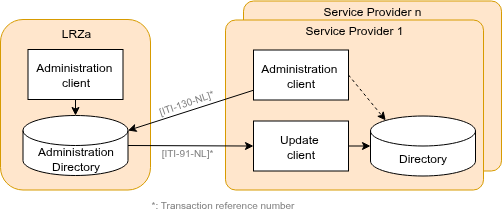
minvws/generiekefuncties-docs keeps this draw.io diagram as input/images/careservices-overview-transactions.png. Above is the earlier version. Source tidied: cells renumbered, new cells last; positions are measured from the earlier drawing's top-left corner, leaving out a move shared by most shapes. Its diagram source:
```xml
<mxGraphModel>
  <root>
    <mxCell id="0" />
    <mxCell id="1" parent="0" />
    <mxCell id="2" value="Service Provider n" style="rounded=1;whiteSpace=wrap;html=1;verticalAlign=top;align=center;fillColor=#ffe6cc;strokeColor=#d79b00;horizontal=1;arcSize=6;spacingTop=-4;" parent="1" vertex="1">
      <mxGeometry x="243" y="-0.5" width="258" height="170" as="geometry" />
    </mxCell>
    <mxCell id="3" value="Service Provider 1" style="rounded=1;whiteSpace=wrap;html=1;verticalAlign=top;align=center;fillColor=#ffe6cc;strokeColor=#d79b00;horizontal=1;arcSize=6;spacingTop=-4;" parent="1" vertex="1">
      <mxGeometry x="225" y="18.5" width="258" height="170" as="geometry" />
    </mxCell>
    <mxCell id="4" value="LRZa" style="rounded=1;whiteSpace=wrap;html=1;verticalAlign=top;align=center;fillColor=#ffe6cc;strokeColor=#d79b00;spacingLeft=9;horizontal=1;spacingRight=7;" parent="1" vertex="1">
      <mxGeometry y="18" width="150" height="170.5" as="geometry" />
    </mxCell>
    <mxCell id="5" value="Administration&lt;div&gt;Directory&lt;/div&gt;" style="shape=cylinder3;whiteSpace=wrap;html=1;boundedLbl=1;backgroundOutline=1;size=15;" parent="1" vertex="1">
      <mxGeometry x="22.5" y="114" width="105" height="60" as="geometry" />
    </mxCell>
    <mxCell id="6" value="&lt;div&gt;Directory&lt;/div&gt;" style="shape=cylinder3;whiteSpace=wrap;html=1;boundedLbl=1;backgroundOutline=1;size=15;" parent="1" vertex="1">
      <mxGeometry x="370" y="114.5" width="105" height="60" as="geometry" />
    </mxCell>
    <mxCell id="7" style="edgeStyle=orthogonalEdgeStyle;rounded=0;jettySize=auto;html=1;jumpStyle=arc;exitX=1;exitY=0.5;exitDx=0;exitDy=0;entryX=0;entryY=0.5;entryDx=0;entryDy=0;entryPerimeter=0;" parent="1" edge="1" source="8" target="6">
      <mxGeometry relative="1" as="geometry" />
    </mxCell>
    <mxCell id="8" value="Update&amp;nbsp;&lt;div&gt;client&lt;/div&gt;" style="rounded=0;whiteSpace=wrap;html=1;" parent="1" vertex="1">
      <mxGeometry x="253" y="119.5" width="95" height="50" as="geometry" />
    </mxCell>
    <mxCell id="9" style="edgeStyle=orthogonalEdgeStyle;rounded=0;jettySize=auto;html=1;exitX=0;exitY=0.5;exitDx=0;exitDy=0;jumpStyle=arc;startArrow=classic;startFill=1;endArrow=none;endFill=0;entryX=1;entryY=0.5;entryDx=0;entryDy=0;entryPerimeter=0;" parent="1" edge="1" source="8" target="5">
      <mxGeometry relative="1" as="geometry">
        <Array as="points">
          <mxPoint x="145" y="144" />
          <mxPoint x="145" y="144" />
        </Array>
      </mxGeometry>
    </mxCell>
    <mxCell id="10" value="*: Transaction reference number" style="text;html=1;align=center;verticalAlign=middle;whiteSpace=wrap;rounded=0;fontSize=10;fontColor=#808080;" parent="1" vertex="1">
      <mxGeometry x="150" y="198" width="145" height="10" as="geometry" />
    </mxCell>
    <mxCell id="11" value="[ITI-91-NL]*" style="text;html=1;align=center;verticalAlign=middle;whiteSpace=wrap;rounded=0;fontSize=10;fontColor=#808080;" parent="1" vertex="1">
      <mxGeometry x="156" y="146" width="62.5" height="10" as="geometry" />
    </mxCell>
    <mxCell id="12" value="Administration&amp;nbsp;&lt;div&gt;client&lt;/div&gt;" style="rounded=0;whiteSpace=wrap;html=1;" parent="1" vertex="1">
      <mxGeometry x="253" y="48.5" width="95" height="50" as="geometry" />
    </mxCell>
    <mxCell id="13" value="Administration&amp;nbsp;&lt;div&gt;client&lt;/div&gt;" style="rounded=0;whiteSpace=wrap;html=1;" parent="1" vertex="1">
      <mxGeometry x="27.5" y="48" width="95" height="50" as="geometry" />
    </mxCell>
    <mxCell id="14" style="rounded=0;jettySize=auto;html=1;entryX=1;entryY=0;entryDx=0;entryDy=15;entryPerimeter=0;" parent="1" edge="1" source="12" target="5">
      <mxGeometry relative="1" as="geometry" />
    </mxCell>
    <mxCell id="15" value="[ITI-130-NL]*" style="text;html=1;align=center;verticalAlign=middle;whiteSpace=wrap;rounded=0;fontSize=10;fontColor=#808080;rotation=-19;" parent="1" vertex="1">
      <mxGeometry x="155" y="96" width="62.5" height="10" as="geometry" />
    </mxCell>
    <mxCell id="16" style="edgeStyle=none;rounded=0;jettySize=auto;html=1;exitX=0.5;exitY=1;exitDx=0;exitDy=0;entryX=0.5;entryY=0;entryDx=0;entryDy=0;entryPerimeter=0;" parent="1" edge="1" source="13" target="5">
      <mxGeometry relative="1" as="geometry" />
    </mxCell>
    <mxCell id="17" style="edgeStyle=none;rounded=0;jettySize=auto;html=1;exitX=1;exitY=0.5;exitDx=0;exitDy=0;entryX=0.145;entryY=0;entryDx=0;entryDy=4.35;entryPerimeter=0;dashed=1;" parent="1" edge="1" source="12" target="6">
      <mxGeometry relative="1" as="geometry" />
    </mxCell>
  </root>
</mxGraphModel>
```
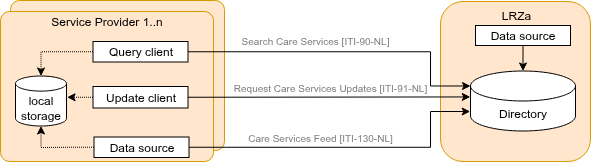
The same diagram one commit later.

Diff of the diagram source:
```diff
@@ -2,58 +2,78 @@
   <root>
     <mxCell id="0" />
     <mxCell id="1" parent="0" />
-    <mxCell id="2" value="Service Provider n" style="rounded=1;whiteSpace=wrap;html=1;verticalAlign=top;align=center;fillColor=#ffe6cc;strokeColor=#d79b00;horizontal=1;arcSize=6;spacingTop=-4;" parent="1" vertex="1">
-      <mxGeometry x="243" y="-0.5" width="258" height="170" as="geometry" />
-    </mxCell>
+    <mxCell id="18" style="rounded=1;whiteSpace=wrap;html=1;verticalAlign=top;align=center;fillColor=#ffe6cc;strokeColor=#d79b00;horizontal=1;arcSize=6;spacingTop=-4;" parent="1" vertex="1">
+      <mxGeometry x="25" y="187" width="214" height="150" as="geometry" />
+    </mxCell>
-    <mxCell id="3" value="Service Provider 1" style="rounded=1;whiteSpace=wrap;html=1;verticalAlign=top;align=center;fillColor=#ffe6cc;strokeColor=#d79b00;horizontal=1;arcSize=6;spacingTop=-4;" parent="1" vertex="1">
-      <mxGeometry x="225" y="18.5" width="258" height="170" as="geometry" />
+    <mxCell id="3" value="Service Provider 1..n" style="rounded=1;whiteSpace=wrap;html=1;verticalAlign=top;align=center;fillColor=#ffe6cc;strokeColor=#d79b00;horizontal=1;arcSize=6;spacingTop=-4;" parent="1" vertex="1">
+      <mxGeometry x="15" y="198" width="213" height="150" as="geometry" />
     </mxCell>
     <mxCell id="4" value="LRZa" style="rounded=1;whiteSpace=wrap;html=1;verticalAlign=top;align=center;fillColor=#ffe6cc;strokeColor=#d79b00;spacingLeft=9;horizontal=1;spacingRight=7;" parent="1" vertex="1">
-      <mxGeometry y="18" width="150" height="170.5" as="geometry" />
+      <mxGeometry x="455" y="188" width="150" height="160" as="geometry" />
     </mxCell>
-    <mxCell id="5" value="Administration&lt;div&gt;Directory&lt;/div&gt;" style="shape=cylinder3;whiteSpace=wrap;html=1;boundedLbl=1;backgroundOutline=1;size=15;" parent="1" vertex="1">
-      <mxGeometry x="22.5" y="114" width="105" height="60" as="geometry" />
+    <mxCell id="5" value="&lt;div&gt;Directory&lt;/div&gt;" style="shape=cylinder3;whiteSpace=wrap;html=1;boundedLbl=1;backgroundOutline=1;size=15;" parent="1" vertex="1">
+      <mxGeometry x="485" y="257.5" width="105" height="60" as="geometry" />
     </mxCell>
-    <mxCell id="6" value="&lt;div&gt;Directory&lt;/div&gt;" style="shape=cylinder3;whiteSpace=wrap;html=1;boundedLbl=1;backgroundOutline=1;size=15;" parent="1" vertex="1">
-      <mxGeometry x="370" y="114.5" width="105" height="60" as="geometry" />
+    <mxCell id="6" value="local storage" style="shape=cylinder3;whiteSpace=wrap;html=1;boundedLbl=1;backgroundOutline=1;size=7.555555555555543;" parent="1" vertex="1">
+      <mxGeometry x="30" y="262.5" width="51" height="50" as="geometry" />
     </mxCell>
-    <mxCell id="7" style="edgeStyle=orthogonalEdgeStyle;rounded=0;jettySize=auto;html=1;jumpStyle=arc;exitX=1;exitY=0.5;exitDx=0;exitDy=0;entryX=0;entryY=0.5;entryDx=0;entryDy=0;entryPerimeter=0;" parent="1" edge="1" source="8" target="6">
+    <mxCell id="7" style="edgeStyle=orthogonalEdgeStyle;rounded=0;jettySize=auto;html=1;jumpStyle=arc;exitX=1;exitY=0.5;exitDx=0;exitDy=0;entryX=-0.002;entryY=0.432;entryDx=0;entryDy=0;entryPerimeter=0;" parent="1" edge="1" source="8" target="5">
       <mxGeometry relative="1" as="geometry" />
     </mxCell>
-    <mxCell id="8" value="Update&amp;nbsp;&lt;div&gt;client&lt;/div&gt;" style="rounded=0;whiteSpace=wrap;html=1;" parent="1" vertex="1">
-      <mxGeometry x="253" y="119.5" width="95" height="50" as="geometry" />
+    <mxCell id="8" value="Update&amp;nbsp;&lt;span style=&quot;background-color: transparent; color: light-dark(rgb(0, 0, 0), rgb(255, 255, 255));&quot;&gt;client&lt;/span&gt;" style="rounded=0;whiteSpace=wrap;html=1;" parent="1" vertex="1">
+      <mxGeometry x="107.5" y="273" width="95" height="21.5" as="geometry" />
     </mxCell>
-    <mxCell id="9" style="edgeStyle=orthogonalEdgeStyle;rounded=0;jettySize=auto;html=1;exitX=0;exitY=0.5;exitDx=0;exitDy=0;jumpStyle=arc;startArrow=classic;startFill=1;endArrow=none;endFill=0;entryX=1;entryY=0.5;entryDx=0;entryDy=0;entryPerimeter=0;" parent="1" edge="1" source="8" target="5">
-      <mxGeometry relative="1" as="geometry">
-        <Array as="points">
-          <mxPoint x="145" y="144" />
-          <mxPoint x="145" y="144" />
-        </Array>
-      </mxGeometry>
-    </mxCell>
-    <mxCell id="10" value="*: Transaction reference number" style="text;html=1;align=center;verticalAlign=middle;whiteSpace=wrap;rounded=0;fontSize=10;fontColor=#808080;" parent="1" vertex="1">
-      <mxGeometry x="150" y="198" width="145" height="10" as="geometry" />
-    </mxCell>
-    <mxCell id="11" value="[ITI-91-NL]*" style="text;html=1;align=center;verticalAlign=middle;whiteSpace=wrap;rounded=0;fontSize=10;fontColor=#808080;" parent="1" vertex="1">
-      <mxGeometry x="156" y="146" width="62.5" height="10" as="geometry" />
-    </mxCell>
-    <mxCell id="12" value="Administration&amp;nbsp;&lt;div&gt;client&lt;/div&gt;" style="rounded=0;whiteSpace=wrap;html=1;" parent="1" vertex="1">
-      <mxGeometry x="253" y="48.5" width="95" height="50" as="geometry" />
+    <mxCell id="12" value="Data source" style="rounded=0;whiteSpace=wrap;html=1;" parent="1" vertex="1">
+      <mxGeometry x="108.5" y="323.5" width="95" height="20.5" as="geometry" />
     </mxCell>
-    <mxCell id="13" value="Administration&amp;nbsp;&lt;div&gt;client&lt;/div&gt;" style="rounded=0;whiteSpace=wrap;html=1;" parent="1" vertex="1">
-      <mxGeometry x="27.5" y="48" width="95" height="50" as="geometry" />
+    <mxCell id="13" value="Data source" style="rounded=0;whiteSpace=wrap;html=1;" parent="1" vertex="1">
+      <mxGeometry x="490" y="212" width="95" height="20" as="geometry" />
     </mxCell>
-    <mxCell id="14" style="rounded=0;jettySize=auto;html=1;entryX=1;entryY=0;entryDx=0;entryDy=15;entryPerimeter=0;" parent="1" edge="1" source="12" target="5">
-      <mxGeometry relative="1" as="geometry" />
+    <mxCell id="14" style="rounded=0;jettySize=auto;html=1;exitX=1;exitY=0.5;exitDx=0;exitDy=0;edgeStyle=orthogonalEdgeStyle;entryX=-0.003;entryY=0.681;entryDx=0;entryDy=0;entryPerimeter=0;" parent="1" edge="1" source="12" target="5">
+      <mxGeometry relative="1" as="geometry">
+        <Array as="points">
+          <mxPoint x="445" y="334" />
+          <mxPoint x="445" y="298" />
+          <mxPoint x="485" y="298" />
+        </Array>
+      </mxGeometry>
     </mxCell>
-    <mxCell id="15" value="[ITI-130-NL]*" style="text;html=1;align=center;verticalAlign=middle;whiteSpace=wrap;rounded=0;fontSize=10;fontColor=#808080;rotation=-19;" parent="1" vertex="1">
-      <mxGeometry x="155" y="96" width="62.5" height="10" as="geometry" />
+    <mxCell id="15" value="Care Services Feed [ITI-130-NL]" style="text;html=1;align=center;verticalAlign=middle;whiteSpace=wrap;rounded=0;fontSize=10;fontColor=#808080;rotation=0;" parent="1" vertex="1">
+      <mxGeometry x="260" y="319" width="150" height="10" as="geometry" />
     </mxCell>
-    <mxCell id="16" style="edgeStyle=none;rounded=0;jettySize=auto;html=1;exitX=0.5;exitY=1;exitDx=0;exitDy=0;entryX=0.5;entryY=0;entryDx=0;entryDy=0;entryPerimeter=0;" parent="1" edge="1" source="13" target="5">
+    <mxCell id="16" style="edgeStyle=none;rounded=0;jettySize=auto;html=1;entryX=0.5;entryY=0;entryDx=0;entryDy=0;entryPerimeter=0;exitX=0.5;exitY=1;exitDx=0;exitDy=0;" parent="1" edge="1" source="13" target="5">
       <mxGeometry relative="1" as="geometry" />
     </mxCell>
+    <mxCell id="19" style="edgeStyle=orthogonalEdgeStyle;rounded=0;jettySize=auto;html=1;exitX=0;exitY=0.5;exitDx=0;exitDy=0;strokeColor=#000000;dashed=1;dashPattern=1 1;" parent="1" edge="1" source="20" target="6">
+      <mxGeometry relative="1" as="geometry" />
+    </mxCell>
+    <mxCell id="20" value="Query client" style="rounded=0;whiteSpace=wrap;html=1;" parent="1" vertex="1">
+      <mxGeometry x="107.5" y="228" width="95" height="20.5" as="geometry" />
+    </mxCell>
+    <mxCell id="21" style="edgeStyle=orthogonalEdgeStyle;rounded=0;jettySize=auto;html=1;exitX=1;exitY=0.5;exitDx=0;exitDy=0;entryX=0;entryY=0;entryDx=0;entryDy=15;entryPerimeter=0;" parent="1" edge="1" source="20" target="5">
+      <mxGeometry relative="1" as="geometry">
+        <Array as="points">
+          <mxPoint x="445" y="238" />
+          <mxPoint x="445" y="273" />
+        </Array>
+      </mxGeometry>
+    </mxCell>
+    <mxCell id="22" style="edgeStyle=orthogonalEdgeStyle;rounded=0;jettySize=auto;html=1;exitX=0;exitY=0.5;exitDx=0;exitDy=0;entryX=1.011;entryY=0.417;entryDx=0;entryDy=0;entryPerimeter=0;strokeColor=#000000;dashed=1;dashPattern=1 1;" parent="1" edge="1" source="8" target="6">
+      <mxGeometry relative="1" as="geometry" />
+    </mxCell>
+    <mxCell id="23" value="Search Care Services [ITI-90-NL]" style="text;html=1;align=center;verticalAlign=middle;whiteSpace=wrap;rounded=0;fontSize=10;fontColor=#808080;rotation=0;" parent="1" vertex="1">
+      <mxGeometry x="255" y="222" width="150" height="10" as="geometry" />
+    </mxCell>
-    <mxCell id="17" style="edgeStyle=none;rounded=0;jettySize=auto;html=1;exitX=1;exitY=0.5;exitDx=0;exitDy=0;entryX=0.145;entryY=0;entryDx=0;entryDy=4.35;entryPerimeter=0;dashed=1;" parent="1" edge="1" source="12" target="6">
-      <mxGeometry relative="1" as="geometry" />
+    <mxCell id="17" style="edgeStyle=orthogonalEdgeStyle;rounded=0;jettySize=auto;html=1;entryX=0.5;entryY=1;entryDx=0;entryDy=0;entryPerimeter=0;strokeColor=#000000;dashed=1;dashPattern=1 1;" parent="1" edge="1" source="12" target="6">
+      <mxGeometry relative="1" as="geometry">
+        <Array as="points">
+          <mxPoint x="89" y="334" />
+          <mxPoint x="37" y="334" />
+        </Array>
+      </mxGeometry>
     </mxCell>
+    <mxCell id="24" value="Request Care Services Updates [ITI-91-NL]" style="text;html=1;align=center;verticalAlign=middle;whiteSpace=wrap;rounded=0;fontSize=10;fontColor=#808080;rotation=0;" parent="1" vertex="1">
+      <mxGeometry x="245" y="269" width="200" height="10" as="geometry" />
+    </mxCell>
   </root>
 </mxGraphModel>
```
